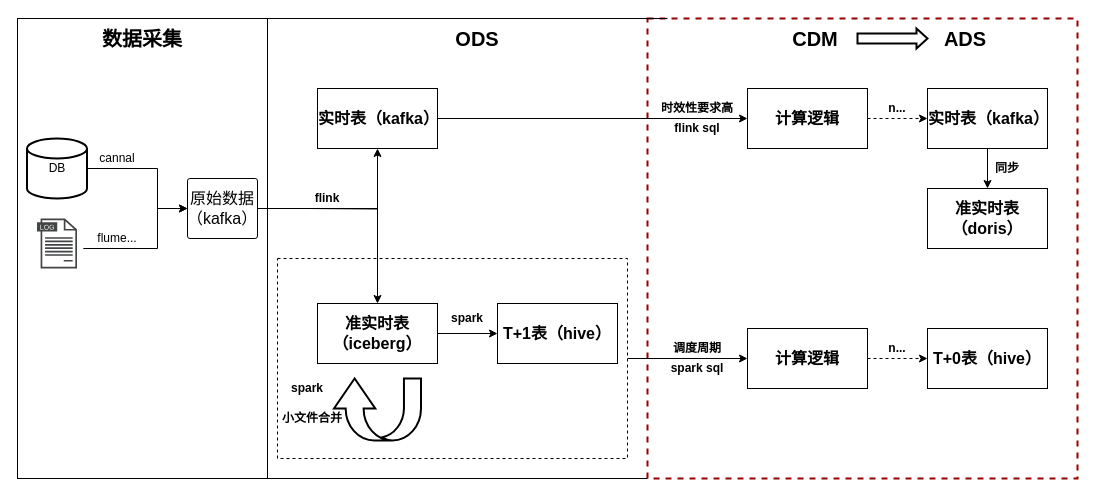
Earlier version of the draw.io diagram mt流批一体.drawio (mineminemine123/work-wiki). Source tidied: cells renumbered, new cells numbered last; positions are measured from the earlier drawing's top-left corner, leaving out a move shared by most shapes. Both pictures are drawn from the tidied source at 100%, with x=0, y=0 at pixel (17, 18).
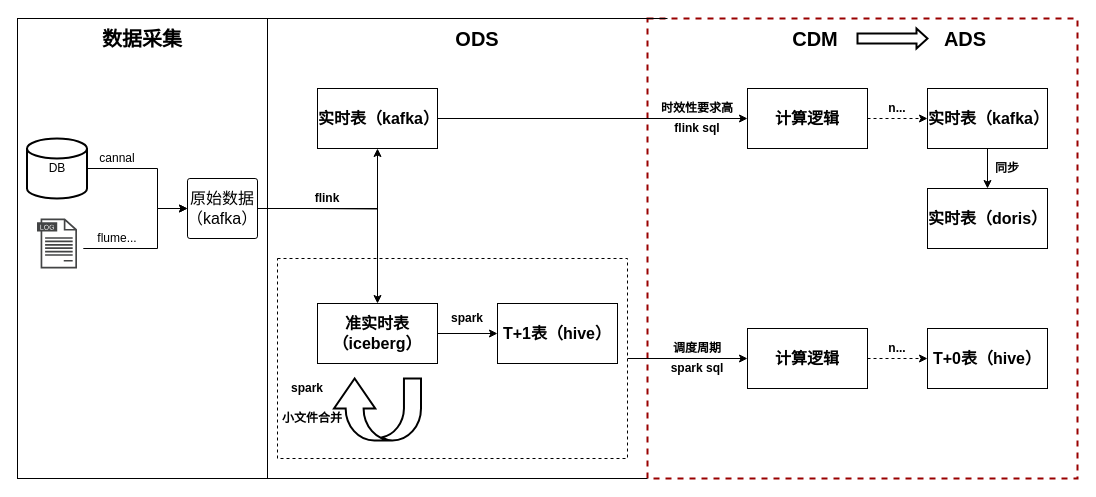
The same page after the edit.

Commit message:
更新mt流批一体.drawio

Diff of the diagram source:
```diff
@@
-    <mxCell id="41" value="&lt;span style=&quot;font-size: 16px;&quot;&gt;准实时表（doris）&lt;/span&gt;" style="rounded=0;whiteSpace=wrap;html=1;fontStyle=1;fontFamily=微软雅黑;" parent="1" vertex="1">
+    <mxCell id="41" value="&lt;span style=&quot;font-size: 16px;&quot;&gt;实时表（doris）&lt;/span&gt;" style="rounded=0;whiteSpace=wrap;html=1;fontStyle=1;fontFamily=微软雅黑;" parent="1" vertex="1">
       <mxGeometry x="910" y="170" width="120" height="60" as="geometry" />
     </mxCell>
```
